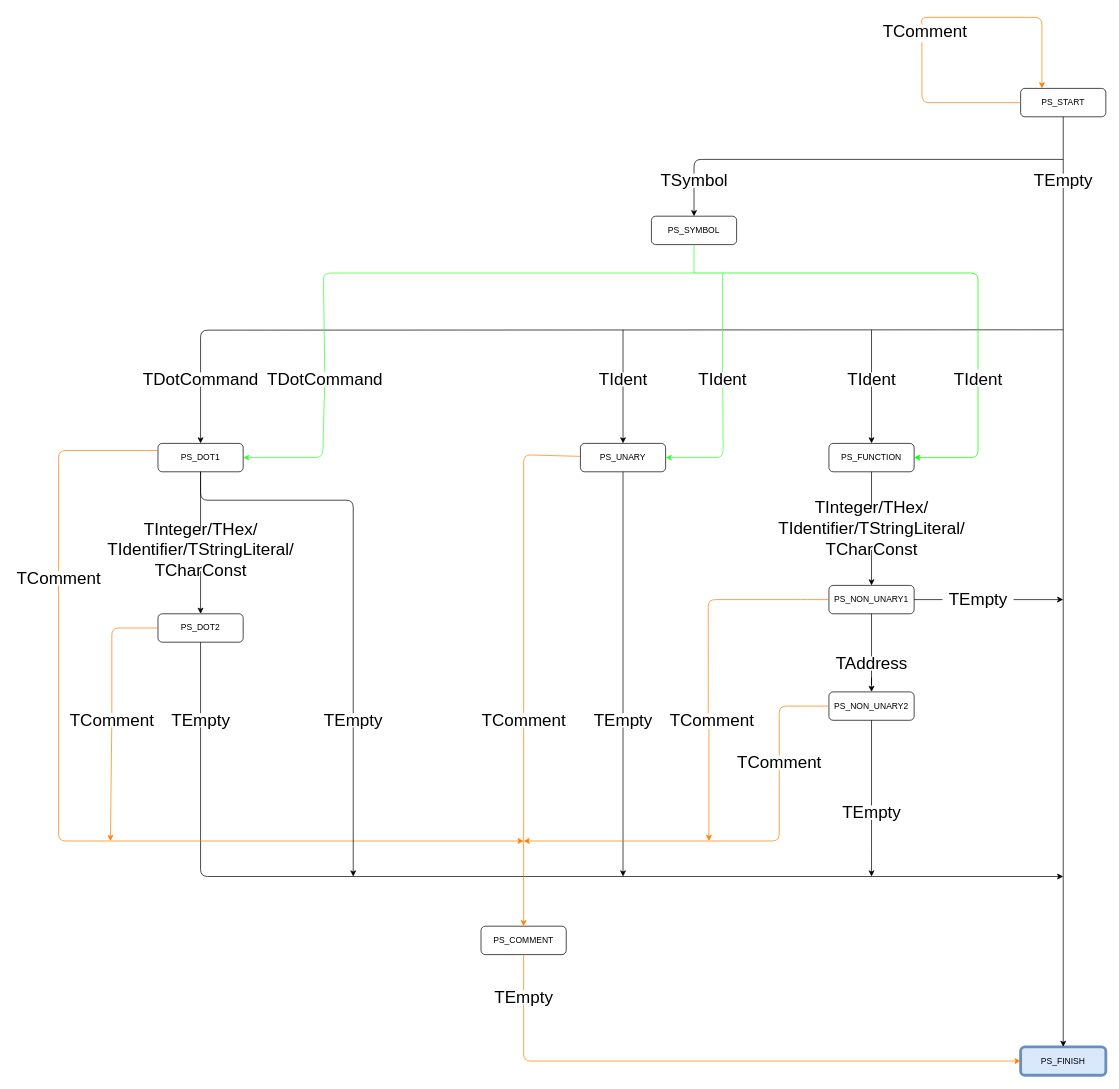
The draw.io diagram page "Translator" (1 of 5) of docs/diagrams/Pep9Assembler.drawio in zackthomas1/Pep9Assembler, before the edit. Source tidied: cells renumbered, new cells numbered last; positions are measured from the earlier drawing's top-left corner, leaving out a move shared by most shapes. Both pictures are drawn from the tidied source at 71%, with x=0, y=0 at pixel (12, 17).
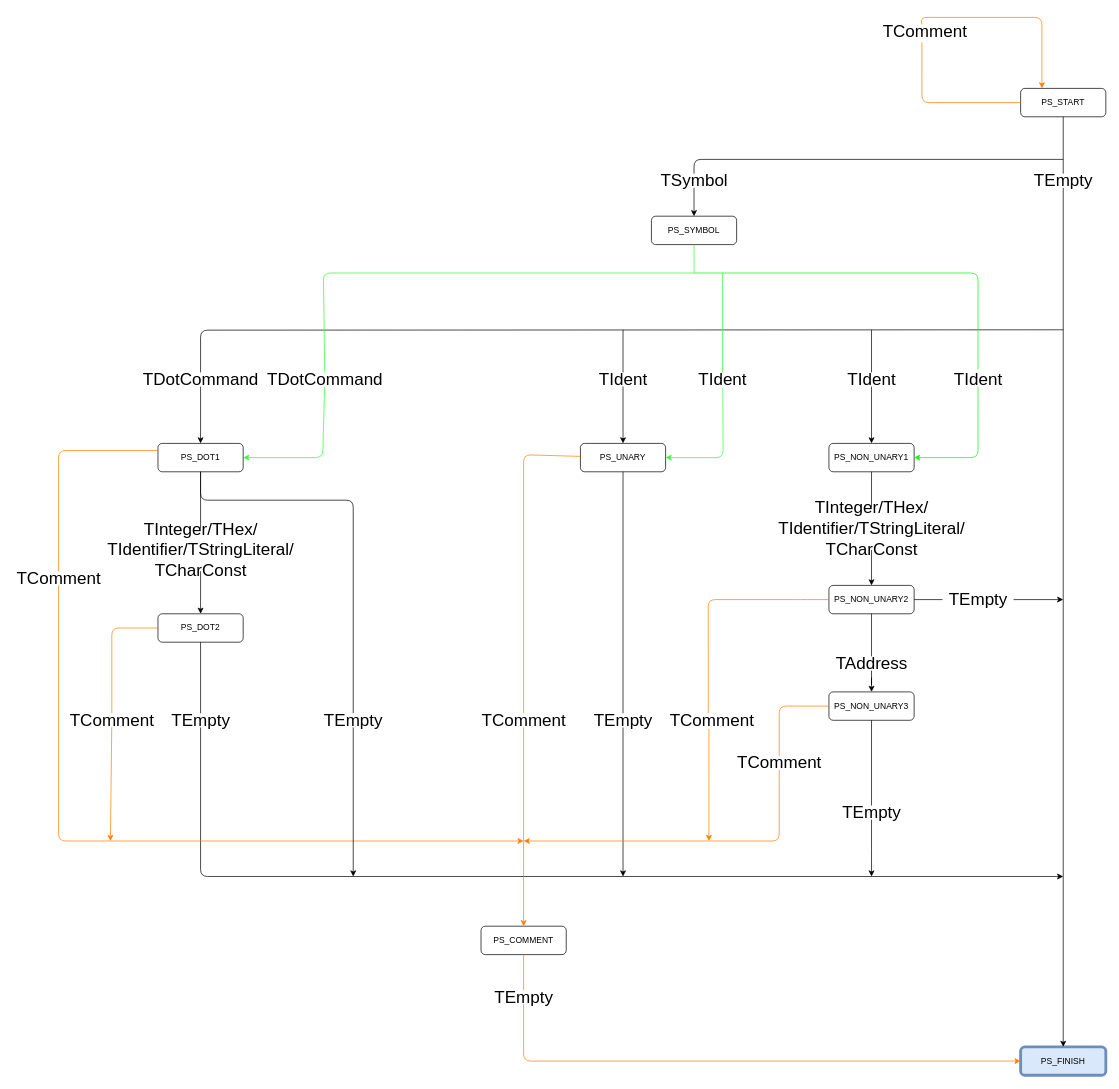
The same diagram, later.

Change to the diagram source:
```diff
@@
-    <mxCell id="4" value="PS_FUNCTION" style="rounded=1;whiteSpace=wrap;html=1;fontSize=12;glass=0;strokeWidth=1;shadow=0;" parent="1" vertex="1">
+    <mxCell id="4" value="PS_NON_UNARY1" style="rounded=1;whiteSpace=wrap;html=1;fontSize=12;glass=0;strokeWidth=1;shadow=0;" parent="1" vertex="1">
       <mxGeometry x="1150" y="600" width="120" height="40" as="geometry" />
     </mxCell>
@@
-    <mxCell id="9" value="PS_NON_UNARY1" style="rounded=1;whiteSpace=wrap;html=1;fontSize=12;glass=0;strokeWidth=1;shadow=0;" parent="1" vertex="1">
+    <mxCell id="9" value="PS_NON_UNARY2" style="rounded=1;whiteSpace=wrap;html=1;fontSize=12;glass=0;strokeWidth=1;shadow=0;" parent="1" vertex="1">
       <mxGeometry x="1150" y="800" width="120" height="40" as="geometry" />
     </mxCell>
-    <mxCell id="10" value="PS_NON_UNARY2" style="rounded=1;whiteSpace=wrap;html=1;fontSize=12;glass=0;strokeWidth=1;shadow=0;" parent="1" vertex="1">
+    <mxCell id="10" value="PS_NON_UNARY3" style="rounded=1;whiteSpace=wrap;html=1;fontSize=12;glass=0;strokeWidth=1;shadow=0;" parent="1" vertex="1">
       <mxGeometry x="1150" y="950" width="120" height="40" as="geometry" />
     </mxCell>
```
